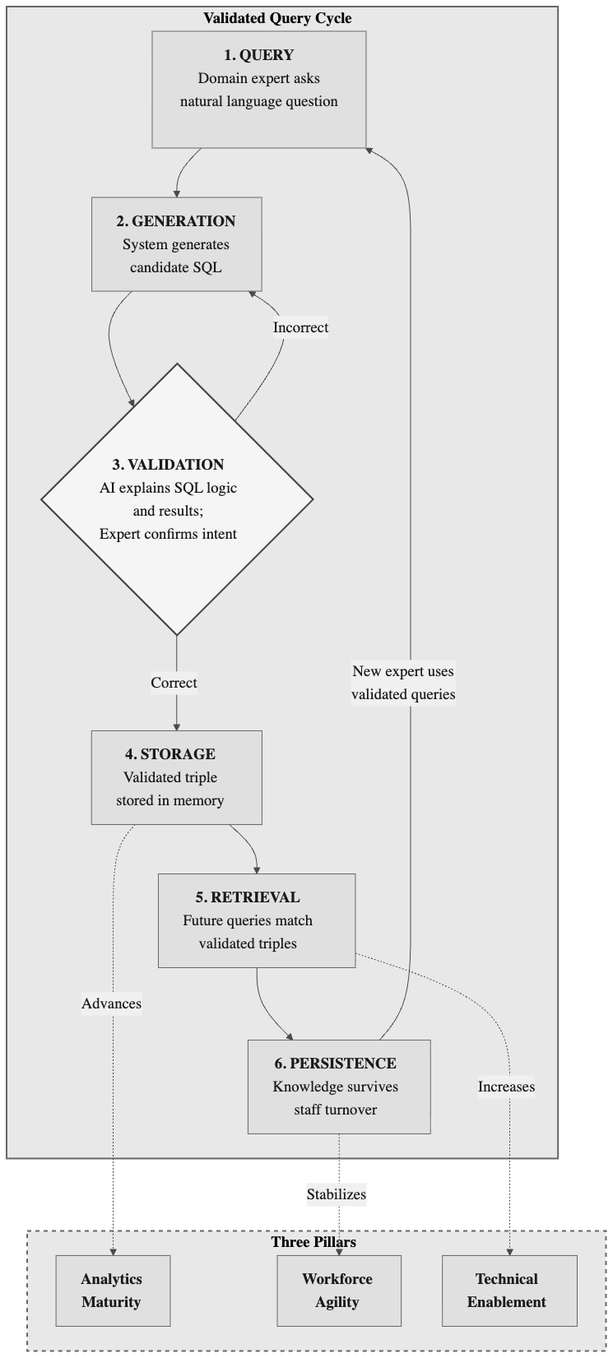
This is figures/knowledge-cycle.mmd.png from stharrold/yuimedi-paper-20250901, a Mermaid export, as it was before one commit. Its source is kept beside it as figures/knowledge-cycle.mmd.
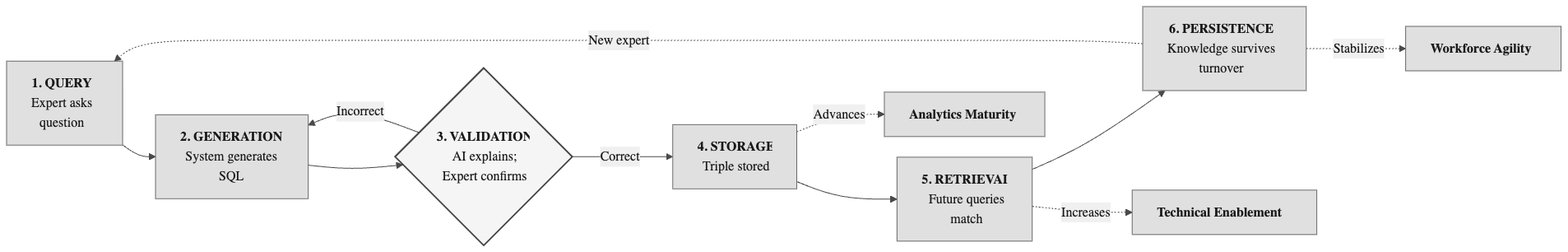
After the change.

Commit message:
fix(paper): switch Figure 2 to compact left-right layout

Change to the diagram source:
```diff
@@ -1,36 +1,17 @@
-%%{init: {'theme': 'base', 'flowchart': {'useMaxWidth': false, 'markdownAutoWrap': false, 'nodeSpacing': 50, 'rankSpacing': 60}, 'themeVariables': { 'primaryColor': '#e0e0e0', 'primaryTextColor': '#1a1a1a', 'primaryBorderColor': '#666', 'lineColor': '#4a4a4a', 'secondaryColor': '#f0f0f0', 'tertiaryColor': '#fafafa', 'fontFamily': 'Arial, sans-serif', 'fontSize': '14pt'}}}%%
-flowchart TB
+%%{init: {'theme': 'base', 'flowchart': {'useMaxWidth': false, 'markdownAutoWrap': false, 'nodeSpacing': 25, 'rankSpacing': 40}, 'themeVariables': { 'primaryColor': '#e0e0e0', 'primaryTextColor': '#1a1a1a', 'primaryBorderColor': '#666', 'lineColor': '#4a4a4a', 'secondaryColor': '#f0f0f0', 'tertiaryColor': '#fafafa', 'fontFamily': 'Arial, sans-serif', 'fontSize': '12pt'}}}%%
+flowchart LR
 
-    subgraph CYCLE["<b>Validated Query Cycle</b>"]
-        Q["<b>1. QUERY</b><br/>Domain expert asks<br/>natural language question"]
-        G["<b>2. GENERATION</b><br/>System generates<br/>candidate SQL"]
-        V{"<b>3. VALIDATION</b><br/>AI explains SQL logic<br/>and results;<br/>Expert confirms intent"}
-        S["<b>4. STORAGE</b><br/>Validated triple<br/>stored in memory"]
-        R["<b>5. RETRIEVAL</b><br/>Future queries match<br/>validated triples"]
-        P["<b>6. PERSISTENCE</b><br/>Knowledge survives<br/>staff turnover"]
-    end
+    Q["<b>1. QUERY</b><br/>Expert asks<br/>question"] --> G["<b>2. GENERATION</b><br/>System generates<br/>SQL"]
+    G --> V{"<b>3. VALIDATION</b><br/>AI explains;<br/>Expert confirms"}
+    V -->|"Correct"| S["<b>4. STORAGE</b><br/>Triple stored"]
+    V -->|"Incorrect"| G
+    S --> R["<b>5. RETRIEVAL</b><br/>Future queries<br/>match"]
+    R --> P["<b>6. PERSISTENCE</b><br/>Knowledge survives<br/>turnover"]
+    P -.->|"New expert"| Q
 
-    subgraph PILLARS["<b>Three Pillars</b>"]
-        M["<b>Analytics</b><br/><b>Maturity</b>"]
-        T["<b>Workforce</b><br/><b>Agility</b>"]
-        B["<b>Technical</b><br/><b>Enablement</b>"]
-    end
+    S -.->|"Advances"| M["<b>Analytics Maturity</b>"]
+    R -.->|"Increases"| B["<b>Technical Enablement</b>"]
+    P -.->|"Stabilizes"| T["<b>Workforce Agility</b>"]
 
-    Q --> G
-    G --> V
-    V -->|"Correct"| S
-    V -->|"Incorrect"| G
-    S --> R
-    R --> P
-    P -->|"New expert uses<br/>validated queries"| Q
-
-    S -.->|"Advances"| M
-    P -.->|"Stabilizes"| T
-    R -.->|"Increases"| B
-
-    classDef group fill:#e8e8e8,stroke:#666,stroke-width:2px
-    classDef dashedGroup fill:#e8e8e8,stroke:#666,stroke-width:2px,stroke-dasharray:5 5
     classDef decision fill:#f5f5f5,stroke:#444,stroke-width:2px
-    class CYCLE group
-    class PILLARS dashedGroup
     class V decision
```
